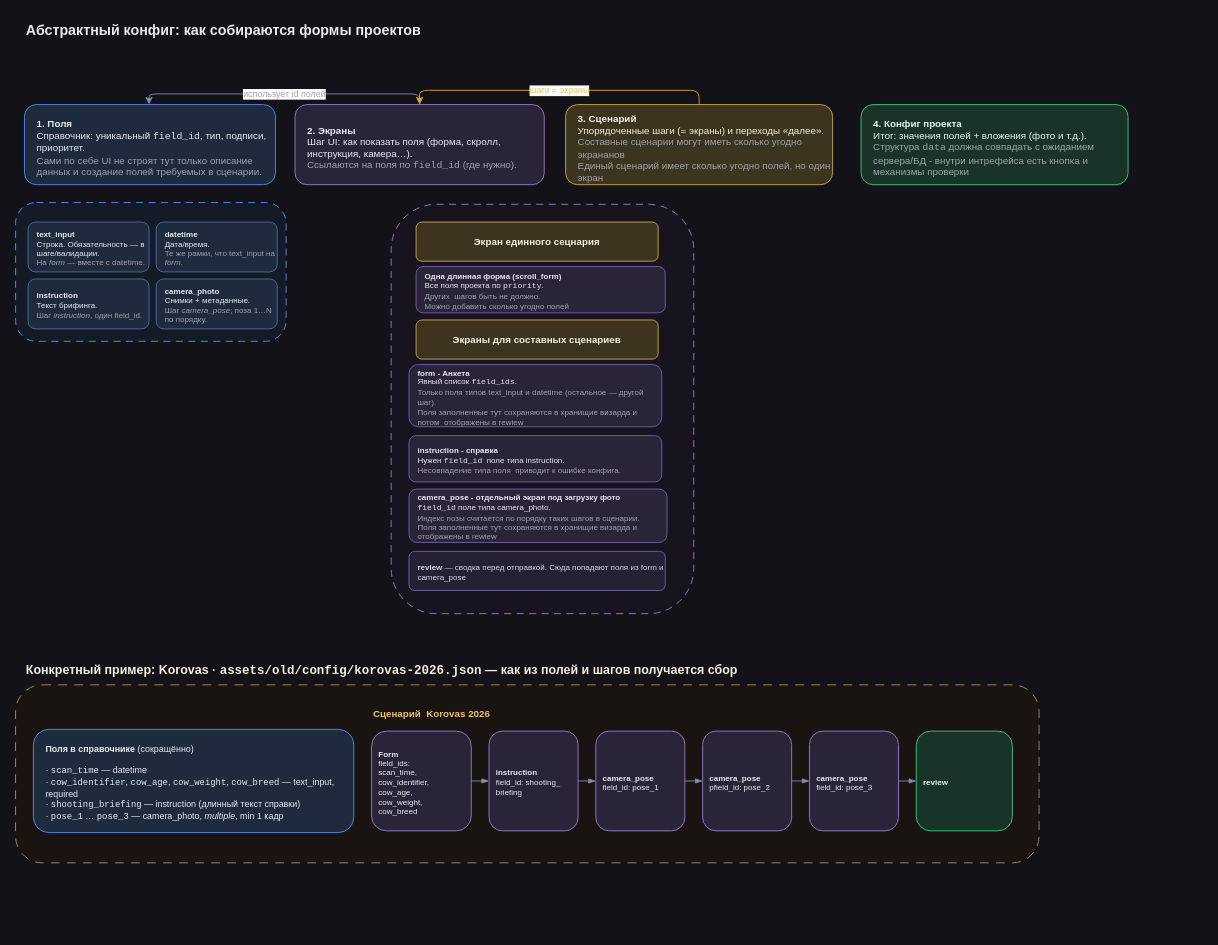
The draw.io diagram specs/main-scheme/01-abstract-config-entities.drawio in epoch8/data-collector, before the edit. Source tidied: cells renumbered, new cells numbered last; positions are measured from the earlier drawing's top-left corner, leaving out a move shared by most shapes. Both pictures are drawn from the tidied source at 89%, with x=0, y=0 at pixel (15, 15).
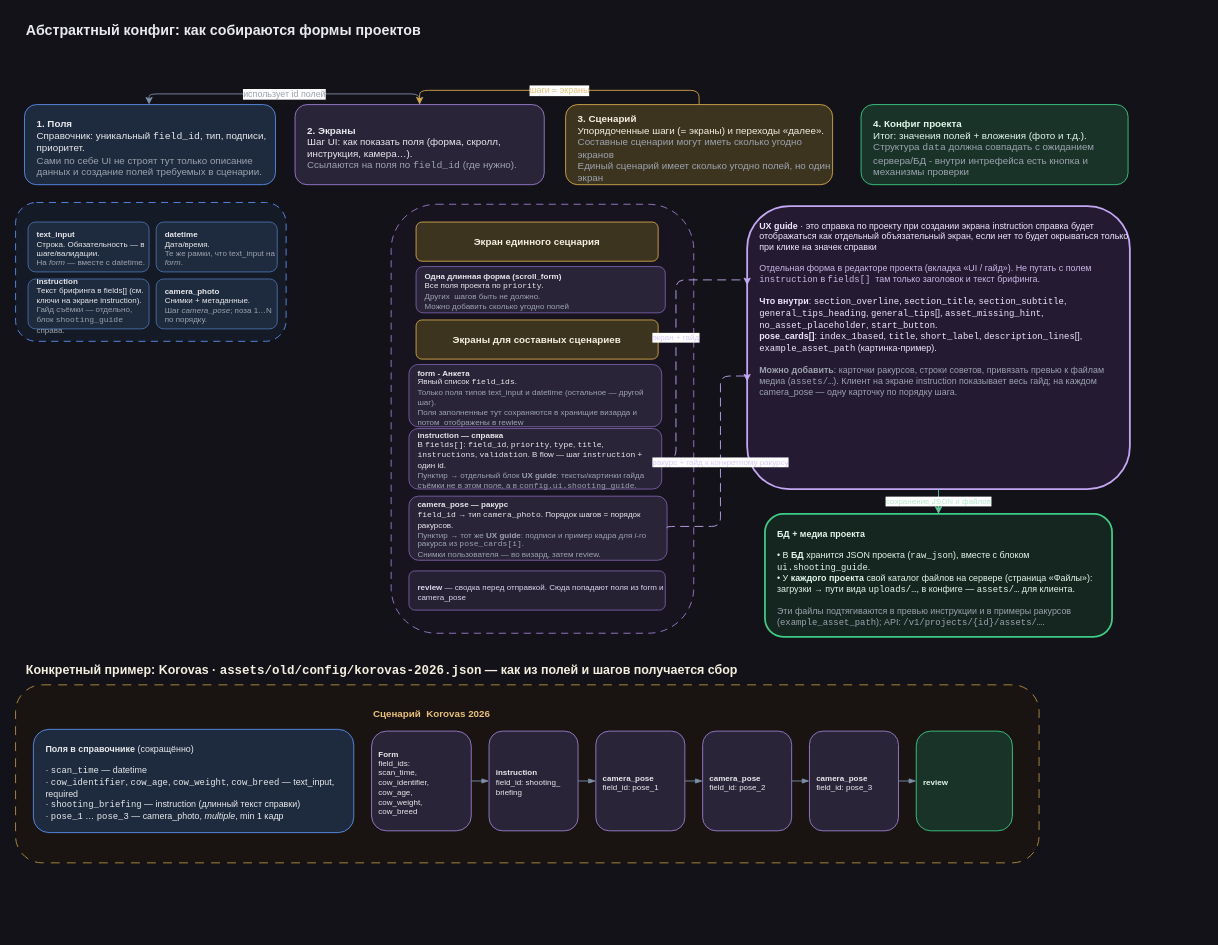
Above is the later version.

The change refers to these unchanged cells:
```xml
<mxCell id="10" style="group;" parent="1" vertex="1">
  <mxGeometry y="752" width="1240" height="264" as="geometry" />
</mxCell>
<mxCell id="34" style="group;" parent="1" vertex="1">
  <mxGeometry y="210" width="304" height="156" as="geometry" />
</mxCell>
```

What changed in the source:
```diff
@@
-    <mxCell id="5" value="&lt;b&gt;3. Сценарий&lt;/b&gt;&lt;br&gt;Упорядоченные шаги (= экраны) и переходы «далее».&lt;br&gt;&lt;font color=&quot;#9ca3af&quot;&gt;Составные сценарии могут иметь сколько угодно экрананов &lt;br&gt;Единый сценарий имеет сколько угодно полей, но один экран&lt;br&gt;&lt;/font&gt;" style="rounded=1;whiteSpace=wrap;html=1;align=left;spacingLeft=12;spacingTop=8;fillColor=#3d3420;strokeColor=#D4A84B;fontColor=#F5EFE0;fontSize=11;" parent="1" vertex="1">
+    <mxCell id="5" value="&lt;b&gt;3. Сценарий&lt;/b&gt;&lt;br&gt;Упорядоченные шаги (= экраны) и переходы «далее».&lt;br&gt;&lt;font color=&quot;#9ca3af&quot;&gt;Составные сценарии могут иметь сколько угодно экранов &lt;br&gt;Единый сценарий имеет сколько угодно полей, но один экран&lt;br&gt;&lt;/font&gt;" style="rounded=1;whiteSpace=wrap;html=1;align=left;spacingLeft=12;spacingTop=8;fillColor=#3d3420;strokeColor=#D4A84B;fontColor=#F5EFE0;fontSize=11;" parent="1" vertex="1">
       <mxGeometry x="618" y="100" width="300" height="90" as="geometry" />
     </mxCell>
@@
-    <mxCell id="17" value="&lt;b&gt;camera_pose&lt;/b&gt;&lt;br&gt;pfield_id: pose_2" style="rounded=1;whiteSpace=wrap;html=1;align=left;spacingLeft=6;spacingTop=4;fillColor=#2a2438;strokeColor=#9B7ED0;fontColor=#E8EAED;fontSize=9;" parent="10" vertex="1">
+    <mxCell id="17" value="&lt;b&gt;camera_pose&lt;/b&gt;&lt;br&gt;field_id: pose_2" style="rounded=1;whiteSpace=wrap;html=1;align=left;spacingLeft=6;spacingTop=4;fillColor=#2a2438;strokeColor=#9B7ED0;fontColor=#E8EAED;fontSize=9;" parent="10" vertex="1">
       <mxGeometry x="772" y="52" width="100" height="112" as="geometry" />
     </mxCell>
@@
     <mxCell id="25" style="group;" parent="1" vertex="1">
-      <mxGeometry x="422" y="212" width="340" height="460" as="geometry" />
+      <mxGeometry x="422" y="212" width="340" height="482" as="geometry" />
     </mxCell>
     <mxCell id="26" style="rounded=1;whiteSpace=wrap;html=1;align=left;spacingLeft=10;spacingTop=6;dashed=1;dashPattern=8 6;strokeColor=#9B7ED0;fillColor=#18141f;fontColor=#C9B8E8;fontSize=10;strokeWidth=1;" parent="25" vertex="1">
-      <mxGeometry width="340" height="460" as="geometry" />
+      <mxGeometry width="340" height="482" as="geometry" />
     </mxCell>
@@
-    <mxCell id="29" value="&lt;b&gt;instruction - справка&lt;/b&gt;&lt;br&gt;Нужен &lt;code&gt;field_id&lt;/code&gt;&amp;nbsp; поле типа instruction.&lt;br&gt;&lt;span style=&quot;color:#9CA3AF&quot;&gt;Несовпадение типа поля&amp;nbsp; приводит к ошибке конфига.&lt;/span&gt;" style="rounded=1;whiteSpace=wrap;html=1;align=left;spacingLeft=8;spacingTop=4;fillColor=#2a2438;strokeColor=#7a5fa8;fontColor=#E8EAED;fontSize=9;" parent="25" vertex="1">
-      <mxGeometry x="20" y="260" width="284" height="52" as="geometry" />
+    <mxCell id="29" value="&lt;b&gt;instruction — справка&lt;/b&gt;&lt;br&gt;В &lt;code&gt;fields[]&lt;/code&gt;: &lt;code&gt;field_id&lt;/code&gt;, &lt;code&gt;priority&lt;/code&gt;, &lt;code&gt;type&lt;/code&gt;, &lt;code&gt;title&lt;/code&gt;, &lt;code&gt;instructions&lt;/code&gt;, &lt;code&gt;validation&lt;/code&gt;. В flow — шаг &lt;code&gt;instruction&lt;/code&gt; + один id.&lt;br&gt;&lt;span style=&quot;color:#9CA3AF&quot;&gt;Пунктир → отдельный блок &lt;b&gt;UX guide&lt;/b&gt;: тексты/картинки гайда съёмки не в этом поле, а в &lt;code&gt;config.ui.shooting_guide&lt;/code&gt;.&lt;/span&gt;" style="rounded=1;whiteSpace=wrap;html=1;align=left;spacingLeft=8;spacingTop=4;fillColor=#2a2438;strokeColor=#7a5fa8;fontColor=#E8EAED;fontSize=9;" parent="25" vertex="1">
+      <mxGeometry x="20" y="252" width="284" height="68" as="geometry" />
     </mxCell>
-    <mxCell id="30" value="&lt;b&gt;camera_pose - отдельный экран под загрузку фото&lt;/b&gt;&lt;br&gt;&lt;code&gt;field_id&lt;/code&gt;&amp;nbsp;поле типа camera_photo.&lt;br&gt;&lt;span style=&quot;color:#9CA3AF&quot;&gt;Индекс позы считается по порядку таких шагов в сценарии.&lt;br&gt;&lt;/span&gt;&lt;span style=&quot;color: rgb(156, 163, 175);&quot;&gt;Поля заполненные тут сохраняются в хранищие визарда и отображены в rewiew&lt;/span&gt;" style="rounded=1;whiteSpace=wrap;html=1;align=left;spacingLeft=8;spacingTop=4;fillColor=#2a2438;strokeColor=#7a5fa8;fontColor=#E8EAED;fontSize=9;" parent="25" vertex="1">
-      <mxGeometry x="20" y="320" width="290" height="60" as="geometry" />
+    <mxCell id="30" value="&lt;b&gt;camera_pose — ракурс&lt;/b&gt;&lt;br&gt;&lt;code&gt;field_id&lt;/code&gt; → тип &lt;code&gt;camera_photo&lt;/code&gt;. Порядок шагов = порядок ракурсов.&lt;br&gt;&lt;span style=&quot;color:#9CA3AF&quot;&gt;Пунктир → тот же &lt;b&gt;UX guide&lt;/b&gt;: подписи и пример кадра для &lt;i&gt;i&lt;/i&gt;-го ракурса из &lt;code&gt;pose_cards[i]&lt;/code&gt;.&lt;br&gt;&lt;/span&gt;&lt;span style=&quot;color:#9CA3AF&quot;&gt;Снимки пользователя — во визард, затем review.&lt;/span&gt;" style="rounded=1;whiteSpace=wrap;html=1;align=left;spacingLeft=8;spacingTop=4;fillColor=#2a2438;strokeColor=#7a5fa8;fontColor=#E8EAED;fontSize=9;" parent="25" vertex="1">
+      <mxGeometry x="20" y="328" width="290" height="72" as="geometry" />
     </mxCell>
     <mxCell id="31" value="&lt;b&gt;review&lt;/b&gt; — сводка перед отправкой. Сюда попадают поля из form и camera_pose" style="rounded=1;whiteSpace=wrap;html=1;align=left;spacingLeft=8;spacingTop=4;fillColor=#252032;strokeColor=#7a5fa8;fontColor=#DDD6EE;fontSize=9;" parent="25" vertex="1">
-      <mxGeometry x="20" y="390" width="288" height="44" as="geometry" />
+      <mxGeometry x="20" y="412" width="288" height="44" as="geometry" />
     </mxCell>
@@
-    <mxCell id="38" value="&lt;b&gt;instruction&lt;/b&gt;&#10;Текст брифинга.&#10;&lt;span style=&quot;color:#9CA3AF&quot;&gt;Шаг &lt;i&gt;instruction&lt;/i&gt;, один field_id.&lt;/span&gt;" style="rounded=1;whiteSpace=wrap;html=1;align=left;spacingLeft=8;spacingTop=4;fillColor=#1e2a3d;strokeColor=#4a6fa8;fontColor=#E8EAED;fontSize=9;" parent="34" vertex="1">
+    <mxCell id="38" value="&lt;b&gt;instruction&lt;/b&gt;&#10;Текст брифинга в fields[] (см. ключи на экране instruction).&#10;&lt;span style=&quot;color:#9CA3AF&quot;&gt;Гайд съёмки — отдельно, блок &lt;code&gt;shooting_guide&lt;/code&gt; справа.&lt;/span&gt;" style="rounded=1;whiteSpace=wrap;html=1;align=left;spacingLeft=8;spacingTop=4;fillColor=#1e2a3d;strokeColor=#4a6fa8;fontColor=#E8EAED;fontSize=9;" parent="34" vertex="1">
       <mxGeometry x="14" y="86" width="136" height="56" as="geometry" />
     </mxCell>
@@
+    <mxCell id="40" style="group;" parent="1" vertex="1">
+      <mxGeometry x="10" y="750" width="1324" height="278" as="geometry" />
+    </mxCell>
+    <mxCell id="41" value="&lt;b&gt;UX guide&lt;/b&gt; · это справка по проекту при создании экрана instruction справка будет отображаться как отдельный объязательный экран, если нет то будет окрываться только при клике на значек справки&lt;br&gt;&lt;br&gt;&lt;span style=&quot;color:#C9B8E8&quot;&gt;Отдельная форма в редакторе проекта (вкладка «UI / гайд»). Не путать с полем &lt;code&gt;instruction&lt;/code&gt; в &lt;code&gt;fields[]&lt;/code&gt;&amp;nbsp; там только заголовок и текст брифинга.&lt;/span&gt;&lt;br&gt;&lt;br&gt;&lt;b&gt;Что внутри&lt;/b&gt;: &lt;code&gt;section_overline&lt;/code&gt;, &lt;code&gt;section_title&lt;/code&gt;, &lt;code&gt;section_subtitle&lt;/code&gt;, &lt;code&gt;general_tips_heading&lt;/code&gt;, &lt;code&gt;general_tips&lt;/code&gt;[], &lt;code&gt;asset_missing_hint&lt;/code&gt;, &lt;code&gt;no_asset_placeholder&lt;/code&gt;, &lt;code&gt;start_button&lt;/code&gt;.&lt;br&gt;&lt;b&gt;pose_cards[]&lt;/b&gt;: &lt;code&gt;index_1based&lt;/code&gt;, &lt;code&gt;title&lt;/code&gt;, &lt;code&gt;short_label&lt;/code&gt;, &lt;code&gt;description_lines&lt;/code&gt;[], &lt;code&gt;example_asset_path&lt;/code&gt; (картинка-пример).&lt;br&gt;&lt;br&gt;&lt;span style=&quot;color:#9CA3AF&quot;&gt;&lt;b&gt;Можно добавить&lt;/b&gt;: карточки ракурсов, строки советов, привязать превью к файлам медиа (&lt;code&gt;assets/…&lt;/code&gt;). Клиент на экране instruction показывает весь гайд; на каждом camera_pose — одну карточку по порядку шага.&lt;/span&gt;" style="rounded=1;whiteSpace=wrap;html=1;align=left;verticalAlign=top;spacingLeft=12;spacingTop=10;fillColor=#241a32;strokeColor=#C4A8F5;strokeWidth=2;fontColor=#F0E8FF;fontSize=10;" parent="1" vertex="1">
+      <mxGeometry x="822" y="214" width="430" height="318" as="geometry" />
+    </mxCell>
+    <mxCell id="42" value="&lt;b&gt;БД + медиа проекта&lt;/b&gt;&lt;br&gt;&lt;br&gt;• В &lt;b&gt;БД&lt;/b&gt; хранится JSON проекта (&lt;code&gt;raw_json&lt;/code&gt;), вместе с блоком &lt;code&gt;ui.shooting_guide&lt;/code&gt;.&lt;br&gt;• У &lt;b&gt;каждого проекта&lt;/b&gt; свой каталог файлов на сервере (страница «Файлы»): загрузки → пути вида &lt;code&gt;uploads/…&lt;/code&gt;, в конфиге — &lt;code&gt;assets/…&lt;/code&gt; для клиента.&lt;br&gt;&lt;br&gt;&lt;span style=&quot;color:#9CA3AF&quot;&gt;Эти файлы подтягиваются в превью инструкции и в примеры ракурсов (&lt;code&gt;example_asset_path&lt;/code&gt;); API: &lt;code&gt;/v1/projects/{id}/assets/…&lt;/code&gt;.&lt;/span&gt;" style="rounded=1;whiteSpace=wrap;html=1;align=left;verticalAlign=top;spacingLeft=12;spacingTop=10;fillColor=#15251f;strokeColor=#3DCC85;strokeWidth=2;fontColor=#E3F7EC;fontSize=10;" parent="1" vertex="1">
+      <mxGeometry x="842" y="560" width="390" height="138" as="geometry" />
+    </mxCell>
+    <mxCell id="43" value="экран + гайд" style="edgeStyle=orthogonalEdgeStyle;rounded=1;html=1;dashed=1;dashPattern=10 6;strokeColor=#C4A8F5;endArrow=classic;fontSize=9;fontColor=#D8C8FF;exitX=1;exitY=0.5;entryX=0;entryY=0.28;jumpStyle=arc;" parent="1" edge="1" source="29" target="41">
+      <mxGeometry relative="1" as="geometry">
+        <Array as="points">
+          <mxPoint x="742" y="498" />
+          <mxPoint x="742" y="297" />
+        </Array>
+      </mxGeometry>
+    </mxCell>
+    <mxCell id="44" value="ракурс + гайд к конкретному ракурсу&lt;br&gt;" style="edgeStyle=orthogonalEdgeStyle;rounded=1;html=1;dashed=1;dashPattern=10 6;strokeColor=#C4A8F5;endArrow=classic;fontSize=9;fontColor=#D8C8FF;exitX=1;exitY=0.5;entryX=0;entryY=0.62;jumpStyle=arc;" parent="1" edge="1" source="30" target="41">
+      <mxGeometry relative="1" as="geometry">
+        <Array as="points">
+          <mxPoint x="732" y="574" />
+          <mxPoint x="792" y="574" />
+          <mxPoint x="792" y="405" />
+          <mxPoint x="822" y="405" />
+        </Array>
+      </mxGeometry>
+    </mxCell>
+    <mxCell id="45" value="сохранение JSON и файлов" style="edgeStyle=orthogonalEdgeStyle;rounded=1;html=1;strokeColor=#5BC99A;endArrow=classic;fontSize=9;fontColor=#B8E8D0;exitX=0.5;exitY=1;entryX=0.5;entryY=0;jumpStyle=arc;" parent="1" edge="1" source="41" target="42">
+      <mxGeometry relative="1" as="geometry" />
+    </mxCell>
```
